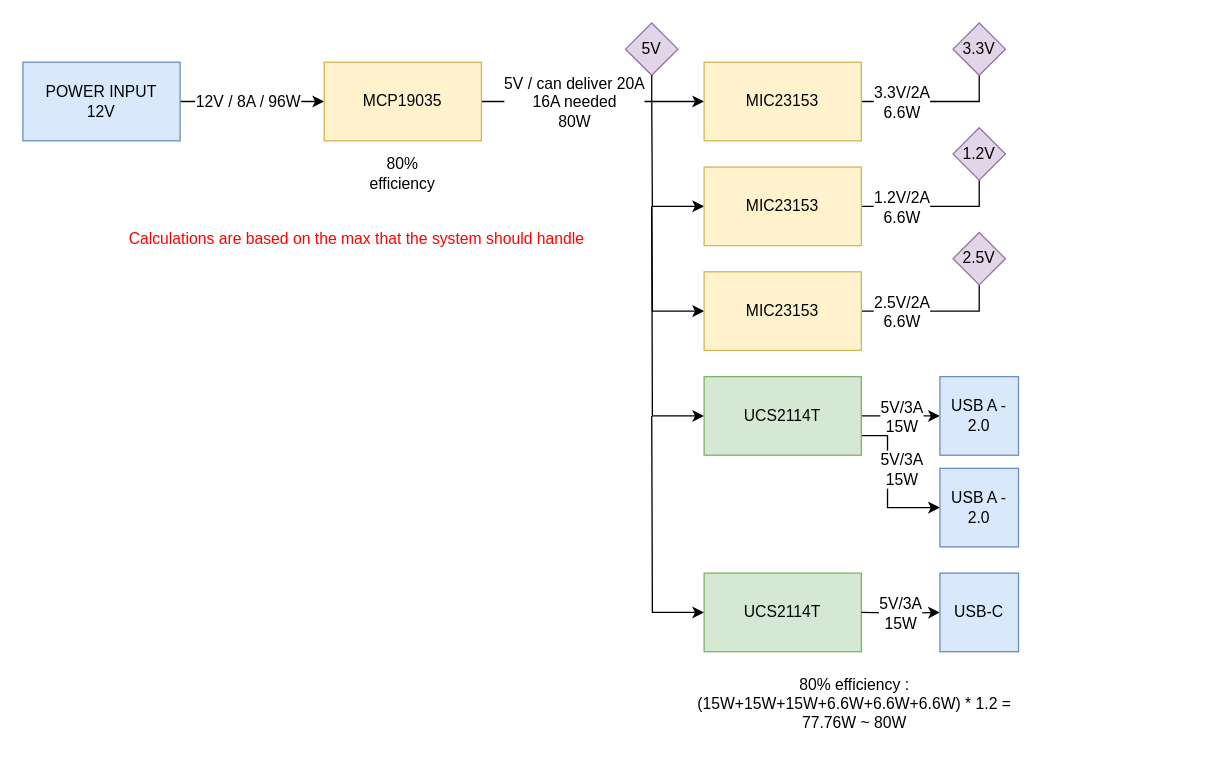
Above: Docs/System Design/power-overview.drawio in silardg/hub_project (draw.io), before the change. Source tidied: cells renumbered, new cells numbered last; positions are measured from the earlier drawing's top-left corner, leaving out a move shared by most shapes. Both pictures are drawn from the tidied source at 131%, with x=0, y=0 at pixel (22, 22).
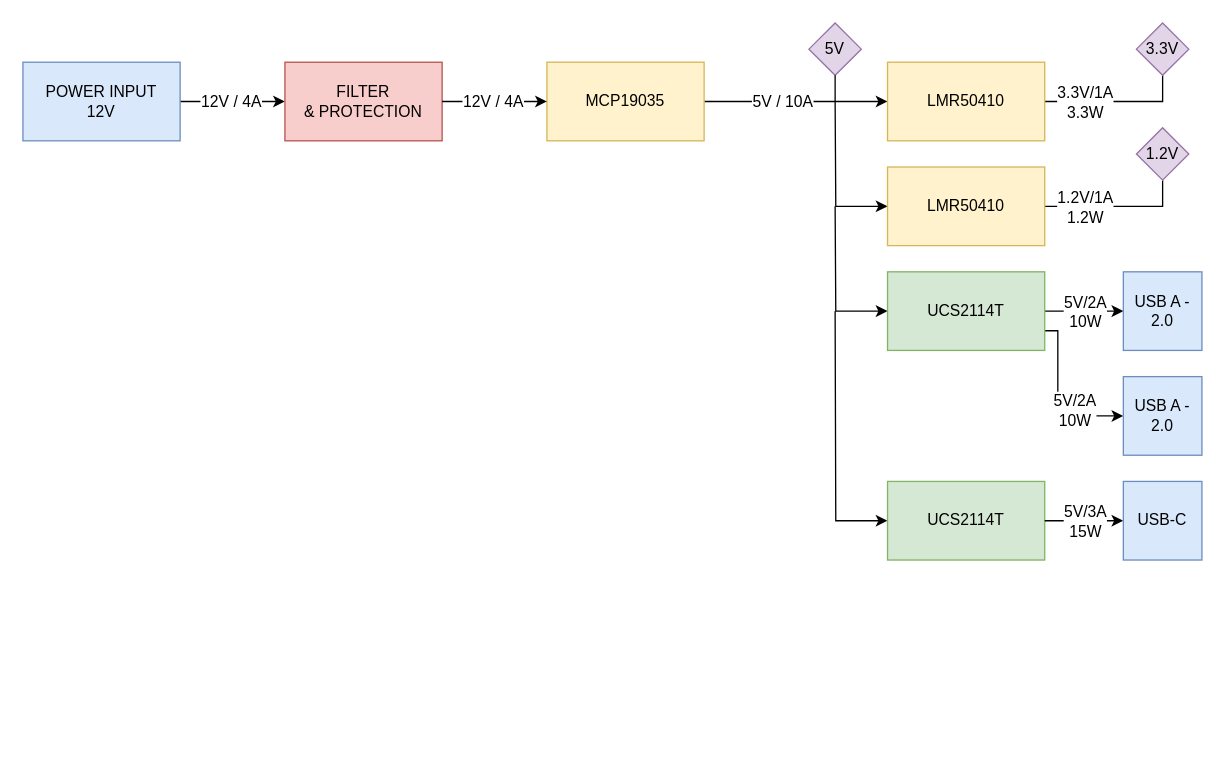
After the change.

The change refers to these unchanged cells:
```xml
<mxCell id="4" value="POWER INPUT&lt;br&gt;12V" style="rounded=0;whiteSpace=wrap;html=1;fillColor=#dae8fc;strokeColor=#6c8ebf;" parent="1" vertex="1">
  <mxGeometry y="30" width="120" height="60" as="geometry" />
</mxCell>
<mxCell id="5" style="edgeStyle=orthogonalEdgeStyle;rounded=0;jettySize=auto;html=1;fontSize=12;" parent="1" edge="1" source="7" target="10">
  <mxGeometry relative="1" as="geometry" />
</mxCell>
<mxCell id="8" style="edgeStyle=orthogonalEdgeStyle;rounded=0;jettySize=auto;html=1;exitX=1;exitY=0.5;exitDx=0;exitDy=0;entryX=0.5;entryY=1;entryDx=0;entryDy=0;fontSize=12;startArrow=none;startFill=0;endArrow=none;endFill=0;" parent="1" edge="1" source="10" target="17">
  <mxGeometry relative="1" as="geometry" />
</mxCell>
<mxCell id="12" style="edgeStyle=orthogonalEdgeStyle;rounded=0;jettySize=auto;html=1;exitX=1;exitY=0.5;exitDx=0;exitDy=0;entryX=0.5;entryY=1;entryDx=0;entryDy=0;fontSize=12;startArrow=none;startFill=0;endArrow=none;endFill=0;" parent="1" edge="1" source="14" target="18">
  <mxGeometry relative="1" as="geometry" />
</mxCell>
<mxCell id="19" style="edgeStyle=orthogonalEdgeStyle;rounded=0;jettySize=auto;html=1;exitX=1;exitY=0.5;exitDx=0;exitDy=0;entryX=0;entryY=0.5;entryDx=0;entryDy=0;fontSize=12;startArrow=none;startFill=0;endArrow=classic;endFill=1;" parent="1" edge="1" source="23" target="24">
  <mxGeometry relative="1" as="geometry" />
</mxCell>
```

Change to the diagram source:
```diff
@@
-    <mxCell id="2" style="edgeStyle=orthogonalEdgeStyle;rounded=0;jettySize=auto;html=1;" parent="1" edge="1" source="4" target="7">
+    <mxCell id="2" style="edgeStyle=orthogonalEdgeStyle;rounded=0;jettySize=auto;html=1;entryX=0;entryY=0.5;entryDx=0;entryDy=0;" parent="1" edge="1" source="4" target="40">
       <mxGeometry relative="1" as="geometry" />
     </mxCell>
-    <mxCell id="3" value="12V / 8A / 96W" style="edgeLabel;html=1;align=center;verticalAlign=middle;fontSize=12;" parent="2" vertex="1">
+    <mxCell id="3" value="12V / 4A" style="edgeLabel;html=1;align=center;verticalAlign=middle;fontSize=12;" parent="2" vertex="1">
       <mxGeometry x="-0.19" relative="1" as="geometry">
         <mxPoint x="6" as="offset" />
       </mxGeometry>
     </mxCell>
@@
-    <mxCell id="6" value="5V / can deliver 20A&lt;br&gt;16A needed&lt;br&gt;80W" style="edgeLabel;html=1;align=center;verticalAlign=middle;fontSize=12;" parent="5" vertex="1">
+    <mxCell id="6" value="5V / 10A" style="edgeLabel;html=1;align=center;verticalAlign=middle;fontSize=12;" parent="5" vertex="1">
       <mxGeometry x="-0.31" y="1" relative="1" as="geometry">
         <mxPoint x="11" y="1" as="offset" />
       </mxGeometry>
     </mxCell>
     <mxCell id="7" value="MCP19035" style="rounded=0;whiteSpace=wrap;html=1;fillColor=#fff2cc;strokeColor=#d6b656;" parent="1" vertex="1">
-      <mxGeometry x="230" y="30" width="120" height="60" as="geometry" />
+      <mxGeometry x="400" y="30" width="120" height="60" as="geometry" />
     </mxCell>
@@
-    <mxCell id="9" value="3.3V/2A&lt;br style=&quot;border-color: var(--border-color);&quot;&gt;6.6W" style="edgeLabel;html=1;align=center;verticalAlign=middle;fontSize=12;" parent="8" vertex="1">
+    <mxCell id="9" value="3.3V/1A&lt;br style=&quot;border-color: var(--border-color);&quot;&gt;3.3W" style="edgeLabel;html=1;align=center;verticalAlign=middle;fontSize=12;" parent="8" vertex="1">
       <mxGeometry x="-0.42" y="-2" relative="1" as="geometry">
         <mxPoint x="-2" y="-2" as="offset" />
       </mxGeometry>
     </mxCell>
-    <mxCell id="10" value="MIC23153" style="rounded=0;whiteSpace=wrap;html=1;fillColor=#fff2cc;strokeColor=#d6b656;" parent="1" vertex="1">
-      <mxGeometry x="520" y="30" width="120" height="60" as="geometry" />
+    <mxCell id="10" value="LMR50410" style="rounded=0;whiteSpace=wrap;html=1;fillColor=#fff2cc;strokeColor=#d6b656;" parent="1" vertex="1">
+      <mxGeometry x="660" y="30" width="120" height="60" as="geometry" />
     </mxCell>
     <mxCell id="11" style="edgeStyle=orthogonalEdgeStyle;rounded=0;jettySize=auto;html=1;exitX=0;exitY=0.5;exitDx=0;exitDy=0;fontSize=12;startArrow=classic;startFill=1;endArrow=none;endFill=0;" parent="1" edge="1" source="14">
       <mxGeometry relative="1" as="geometry">
-        <mxPoint x="480" y="60" as="targetPoint" />
+        <mxPoint x="620" y="60" as="targetPoint" />
       </mxGeometry>
     </mxCell>
@@
-    <mxCell id="13" value="1.2V/2A&lt;br&gt;6.6W" style="edgeLabel;html=1;align=center;verticalAlign=middle;fontSize=12;" parent="12" vertex="1">
+    <mxCell id="13" value="1.2V/1A&lt;br&gt;1.2W" style="edgeLabel;html=1;align=center;verticalAlign=middle;fontSize=12;" parent="12" vertex="1">
       <mxGeometry x="-0.4" relative="1" as="geometry">
         <mxPoint x="-3" as="offset" />
       </mxGeometry>
     </mxCell>
-    <mxCell id="14" value="MIC23153" style="rounded=0;whiteSpace=wrap;html=1;fillColor=#fff2cc;strokeColor=#d6b656;" parent="1" vertex="1">
-      <mxGeometry x="520" y="110" width="120" height="60" as="geometry" />
+    <mxCell id="14" value="LMR50410" style="rounded=0;whiteSpace=wrap;html=1;fillColor=#fff2cc;strokeColor=#d6b656;" parent="1" vertex="1">
+      <mxGeometry x="660" y="110" width="120" height="60" as="geometry" />
     </mxCell>
     <mxCell id="15" value="&lt;font style=&quot;font-size: 12px;&quot;&gt;5V&lt;/font&gt;" style="rhombus;whiteSpace=wrap;html=1;align=center;fillColor=#e1d5e7;strokeColor=#9673a6;" parent="1" vertex="1">
-      <mxGeometry x="460" width="40" height="40" as="geometry" />
+      <mxGeometry x="600" width="40" height="40" as="geometry" />
     </mxCell>
     <mxCell id="16" style="endArrow=none;html=1;rounded=0;fontSize=12;entryX=0.5;entryY=1;entryDx=0;entryDy=0;" parent="1" edge="1" target="15">
       <mxGeometry relative="1" as="geometry">
-        <mxPoint x="480" y="60" as="sourcePoint" />
+        <mxPoint x="620" y="60" as="sourcePoint" />
       </mxGeometry>
     </mxCell>
     <mxCell id="17" value="&lt;font style=&quot;font-size: 12px;&quot;&gt;3.3V&lt;/font&gt;" style="rhombus;whiteSpace=wrap;html=1;align=center;fillColor=#e1d5e7;strokeColor=#9673a6;" parent="1" vertex="1">
-      <mxGeometry x="710" width="40" height="40" as="geometry" />
+      <mxGeometry x="850" width="40" height="40" as="geometry" />
     </mxCell>
     <mxCell id="18" value="&lt;font style=&quot;font-size: 12px;&quot;&gt;1.2V&lt;/font&gt;" style="rhombus;whiteSpace=wrap;html=1;align=center;fillColor=#e1d5e7;strokeColor=#9673a6;" parent="1" vertex="1">
-      <mxGeometry x="710" y="80" width="40" height="40" as="geometry" />
+      <mxGeometry x="850" y="80" width="40" height="40" as="geometry" />
     </mxCell>
@@
-    <mxCell id="20" value="5V/3A&lt;br&gt;15W" style="edgeLabel;html=1;align=center;verticalAlign=middle;fontSize=12;" parent="19" vertex="1">
+    <mxCell id="20" value="5V/2A&lt;br&gt;10W" style="edgeLabel;html=1;align=center;verticalAlign=middle;fontSize=12;" parent="19" vertex="1">
       <mxGeometry x="-0.31" y="-1" relative="1" as="geometry">
         <mxPoint x="9" y="-1" as="offset" />
       </mxGeometry>
     </mxCell>
     <mxCell id="21" style="edgeStyle=orthogonalEdgeStyle;rounded=0;jettySize=auto;html=1;exitX=0;exitY=0.5;exitDx=0;exitDy=0;fontSize=12;startArrow=classic;startFill=1;endArrow=none;endFill=0;" parent="1" edge="1" source="23">
       <mxGeometry relative="1" as="geometry">
-        <mxPoint x="480" y="140" as="targetPoint" />
+        <mxPoint x="620" y="140" as="targetPoint" />
       </mxGeometry>
     </mxCell>
     <mxCell id="22" style="edgeStyle=orthogonalEdgeStyle;rounded=0;jettySize=auto;html=1;exitX=1;exitY=0.75;exitDx=0;exitDy=0;entryX=0;entryY=0.5;entryDx=0;entryDy=0;fontSize=12;startArrow=none;startFill=0;endArrow=classic;endFill=1;" parent="1" edge="1" source="23" target="32">
       <mxGeometry relative="1" as="geometry">
         <Array as="points">
-          <mxPoint x="660" y="315" />
-          <mxPoint x="660" y="370" />
+          <mxPoint x="790" y="235" />
+          <mxPoint x="790" y="300" />
         </Array>
       </mxGeometry>
     </mxCell>
     <mxCell id="23" value="UCS2114T" style="rounded=0;whiteSpace=wrap;html=1;fillColor=#d5e8d4;strokeColor=#82b366;" parent="1" vertex="1">
-      <mxGeometry x="520" y="270" width="120" height="60" as="geometry" />
+      <mxGeometry x="660" y="190" width="120" height="60" as="geometry" />
     </mxCell>
     <mxCell id="24" value="USB A - 2.0" style="rounded=0;whiteSpace=wrap;html=1;fontSize=12;fillColor=#dae8fc;strokeColor=#6c8ebf;" parent="1" vertex="1">
-      <mxGeometry x="700" y="270" width="60" height="60" as="geometry" />
+      <mxGeometry x="840" y="190" width="60" height="60" as="geometry" />
     </mxCell>
     <mxCell id="25" style="edgeStyle=orthogonalEdgeStyle;rounded=0;jettySize=auto;html=1;exitX=0;exitY=0.5;exitDx=0;exitDy=0;fontSize=12;startArrow=classic;startFill=1;endArrow=none;endFill=0;" parent="1" edge="1" source="26">
       <mxGeometry relative="1" as="geometry">
-        <mxPoint x="480" y="300" as="targetPoint" />
+        <mxPoint x="620" y="220" as="targetPoint" />
       </mxGeometry>
     </mxCell>
     <mxCell id="26" value="UCS2114T" style="rounded=0;whiteSpace=wrap;html=1;fillColor=#d5e8d4;strokeColor=#82b366;" parent="1" vertex="1">
-      <mxGeometry x="520" y="420" width="120" height="60" as="geometry" />
+      <mxGeometry x="660" y="350" width="120" height="60" as="geometry" />
     </mxCell>
-    <mxCell id="27" style="edgeStyle=orthogonalEdgeStyle;rounded=0;jettySize=auto;html=1;exitX=1;exitY=0.5;exitDx=0;exitDy=0;entryX=0;entryY=0.5;entryDx=0;entryDy=0;fontSize=12;startArrow=none;startFill=0;endArrow=classic;endFill=1;" parent="1" edge="1" target="29">
+    <mxCell id="27" style="edgeStyle=orthogonalEdgeStyle;rounded=0;jettySize=auto;html=1;exitX=1;exitY=0.5;exitDx=0;exitDy=0;entryX=0;entryY=0.5;entryDx=0;entryDy=0;fontSize=12;startArrow=none;startFill=0;endArrow=classic;endFill=1;" parent="1" edge="1" source="26" target="29">
       <mxGeometry relative="1" as="geometry">
-        <mxPoint x="640" y="450" as="sourcePoint" />
+        <Array as="points">
+          <mxPoint x="780" y="380" />
+        </Array>
       </mxGeometry>
     </mxCell>
@@
     <mxCell id="29" value="USB-C" style="rounded=0;whiteSpace=wrap;html=1;fontSize=12;fillColor=#dae8fc;strokeColor=#6c8ebf;" parent="1" vertex="1">
-      <mxGeometry x="700" y="420" width="60" height="60" as="geometry" />
+      <mxGeometry x="840" y="350" width="60" height="60" as="geometry" />
     </mxCell>
-    <mxCell id="30" value="80% efficiency : (15W+15W+15W+6.6W+6.6W+6.6W) * 1.2 = 77.76W ~ 80W" style="text;html=1;strokeColor=none;fillColor=none;align=center;verticalAlign=middle;whiteSpace=wrap;rounded=0;fontSize=12;" parent="1" vertex="1">
-      <mxGeometry x="510" y="490" width="250" height="60" as="geometry" />
-    </mxCell>
-    <mxCell id="31" value="80% efficiency" style="text;html=1;strokeColor=none;fillColor=none;align=center;verticalAlign=middle;whiteSpace=wrap;rounded=0;fontSize=12;" parent="1" vertex="1">
-      <mxGeometry x="260" y="100" width="60" height="30" as="geometry" />
-    </mxCell>
     <mxCell id="32" value="USB A - 2.0" style="rounded=0;whiteSpace=wrap;html=1;fontSize=12;fillColor=#dae8fc;strokeColor=#6c8ebf;" parent="1" vertex="1">
-      <mxGeometry x="700" y="340" width="60" height="60" as="geometry" />
+      <mxGeometry x="840" y="270" width="60" height="60" as="geometry" />
     </mxCell>
-    <mxCell id="33" value="5V/3A&lt;br&gt;15W" style="edgeLabel;html=1;align=center;verticalAlign=middle;fontSize=12;" parent="1" vertex="1">
-      <mxGeometry x="670" y="340" as="geometry" />
+    <mxCell id="33" value="5V/2A&lt;br&gt;10W" style="edgeLabel;html=1;align=center;verticalAlign=middle;fontSize=12;" parent="1" vertex="1">
+      <mxGeometry x="810" y="310" as="geometry">
+        <mxPoint x="-8" y="-15" as="offset" />
+      </mxGeometry>
     </mxCell>
-    <mxCell id="34" value="&lt;font color=&quot;#ff0000&quot;&gt;Calculations are based on the max that the system should handle&lt;/font&gt;" style="text;html=1;strokeColor=none;fillColor=none;align=center;verticalAlign=middle;whiteSpace=wrap;rounded=0;fontSize=12;" parent="1" vertex="1">
-      <mxGeometry x="80" y="150" width="350" height="30" as="geometry" />
-    </mxCell>
-    <mxCell id="35" style="edgeStyle=orthogonalEdgeStyle;rounded=0;jettySize=auto;html=1;exitX=0;exitY=0.5;exitDx=0;exitDy=0;fontSize=12;startArrow=classic;startFill=1;endArrow=none;endFill=0;" parent="1" edge="1" source="38">
-      <mxGeometry relative="1" as="geometry">
-        <mxPoint x="480" y="140" as="targetPoint" />
-      </mxGeometry>
-    </mxCell>
-    <mxCell id="36" style="edgeStyle=orthogonalEdgeStyle;rounded=0;jettySize=auto;html=1;exitX=1;exitY=0.5;exitDx=0;exitDy=0;entryX=0.5;entryY=1;entryDx=0;entryDy=0;fontSize=12;startArrow=none;startFill=0;endArrow=none;endFill=0;" parent="1" edge="1" source="38" target="39">
-      <mxGeometry relative="1" as="geometry" />
-    </mxCell>
-    <mxCell id="37" value="2.5V/2A&lt;br&gt;6.6W" style="edgeLabel;html=1;align=center;verticalAlign=middle;fontSize=12;" parent="36" vertex="1">
-      <mxGeometry x="-0.4" relative="1" as="geometry">
-        <mxPoint x="-3" as="offset" />
-      </mxGeometry>
-    </mxCell>
-    <mxCell id="38" value="MIC23153" style="rounded=0;whiteSpace=wrap;html=1;fillColor=#fff2cc;strokeColor=#d6b656;" parent="1" vertex="1">
-      <mxGeometry x="520" y="190" width="120" height="60" as="geometry" />
-    </mxCell>
-    <mxCell id="39" value="&lt;font style=&quot;font-size: 12px;&quot;&gt;2.5V&lt;/font&gt;" style="rhombus;whiteSpace=wrap;html=1;align=center;fillColor=#e1d5e7;strokeColor=#9673a6;" parent="1" vertex="1">
-      <mxGeometry x="710" y="160" width="40" height="40" as="geometry" />
-    </mxCell>
+    <mxCell id="40" value="FILTER&lt;br&gt;&amp;amp; PROTECTION" style="rounded=0;whiteSpace=wrap;html=1;fillColor=#f8cecc;strokeColor=#b85450;" parent="1" vertex="1">
+      <mxGeometry x="200" y="30" width="120" height="60" as="geometry" />
+    </mxCell>
+    <mxCell id="41" style="edgeStyle=orthogonalEdgeStyle;rounded=0;jettySize=auto;html=1;entryX=0;entryY=0.5;entryDx=0;entryDy=0;exitX=1;exitY=0.5;exitDx=0;exitDy=0;" parent="1" edge="1" source="40" target="7">
+      <mxGeometry relative="1" as="geometry">
+        <Array as="points">
+          <mxPoint x="350" y="60" />
+          <mxPoint x="350" y="60" />
+        </Array>
+      </mxGeometry>
+    </mxCell>
+    <mxCell id="42" value="12V / 4A" style="edgeLabel;html=1;align=center;verticalAlign=middle;fontSize=12;" parent="41" vertex="1">
+      <mxGeometry x="-0.19" relative="1" as="geometry">
+        <mxPoint x="6" as="offset" />
+      </mxGeometry>
+    </mxCell>
```
